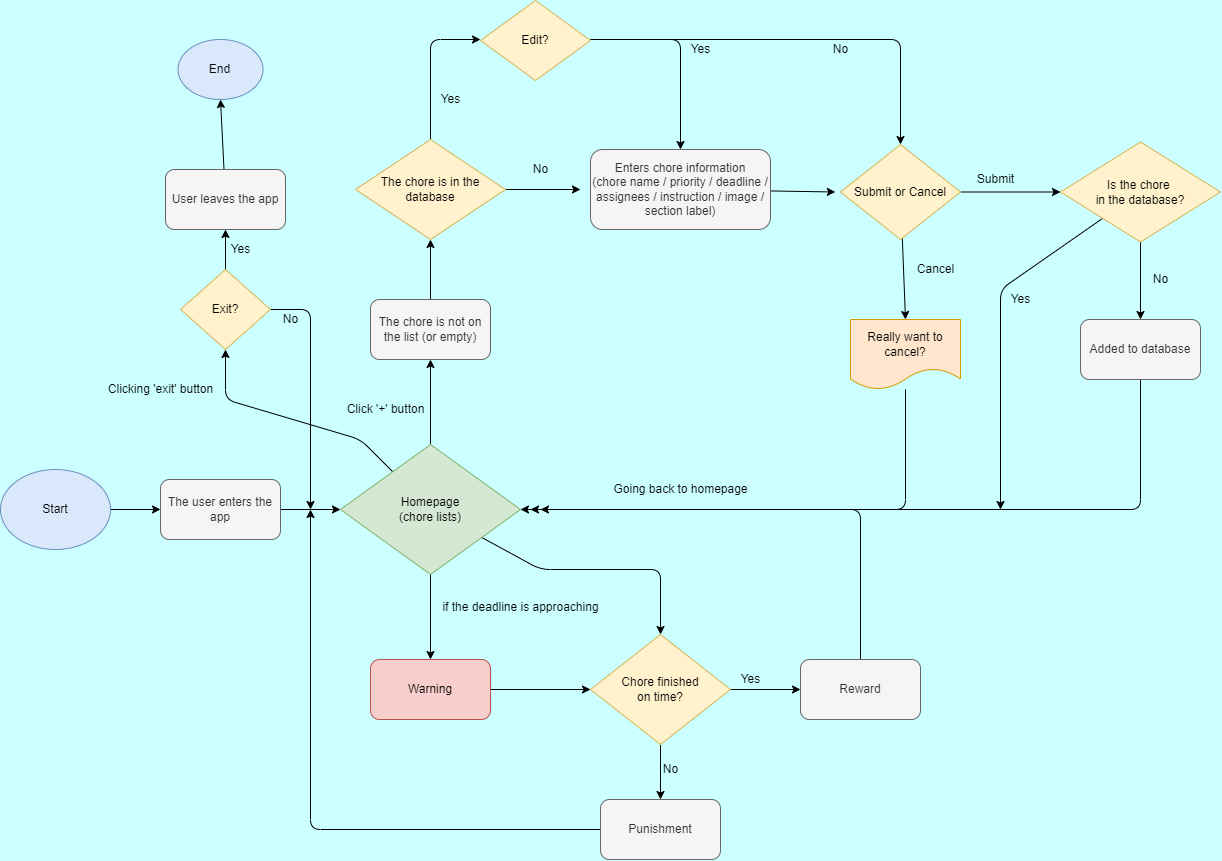
Before: specs/UX_flowChart.drawio.png, a diagram exported from draw.io (cse110-fa22-group28/cse110-fa22-group28). Source tidied: cells renumbered, new cells last; positions are measured from the earlier drawing's top-left corner, leaving out a move shared by most shapes. Its diagram source:
```xml
<mxGraphModel background="#CCFFFF">
  <root>
    <mxCell id="0" />
    <mxCell id="1" parent="0" />
    <mxCell id="2" style="edgeStyle=none;html=1;entryX=0;entryY=0.5;entryDx=0;entryDy=0;" parent="1" edge="1" source="3" target="5">
      <mxGeometry relative="1" as="geometry" />
    </mxCell>
    <mxCell id="3" value="Start" style="ellipse;whiteSpace=wrap;html=1;fillColor=#dae8fc;strokeColor=#6c8ebf;" parent="1" vertex="1">
      <mxGeometry y="469" width="110" height="80" as="geometry" />
    </mxCell>
    <mxCell id="4" style="edgeStyle=none;html=1;entryX=0;entryY=0.5;entryDx=0;entryDy=0;" parent="1" edge="1" source="5" target="10">
      <mxGeometry relative="1" as="geometry" />
    </mxCell>
    <mxCell id="5" value="The user enters the app" style="rounded=1;whiteSpace=wrap;html=1;fillColor=#f5f5f5;fontColor=#333333;strokeColor=#666666;" parent="1" vertex="1">
      <mxGeometry x="160" y="479" width="120" height="60" as="geometry" />
    </mxCell>
    <mxCell id="6" style="edgeStyle=none;html=1;entryX=0.5;entryY=1;entryDx=0;entryDy=0;" parent="1" edge="1" source="10" target="12">
      <mxGeometry relative="1" as="geometry" />
    </mxCell>
    <mxCell id="7" style="edgeStyle=none;html=1;entryX=0.5;entryY=0;entryDx=0;entryDy=0;" parent="1" edge="1" source="10" target="41">
      <mxGeometry relative="1" as="geometry" />
    </mxCell>
    <mxCell id="8" style="edgeStyle=none;html=1;entryX=0.5;entryY=0;entryDx=0;entryDy=0;" parent="1" edge="1" source="10" target="45">
      <mxGeometry relative="1" as="geometry">
        <Array as="points">
          <mxPoint x="540" y="569" />
          <mxPoint x="660" y="569" />
        </Array>
      </mxGeometry>
    </mxCell>
    <mxCell id="9" style="edgeStyle=none;html=1;" parent="1" edge="1" source="10" target="54">
      <mxGeometry relative="1" as="geometry">
        <Array as="points">
          <mxPoint x="360" y="439" />
          <mxPoint x="225" y="399" />
        </Array>
      </mxGeometry>
    </mxCell>
    <mxCell id="10" value="Homepage&lt;br&gt;(chore lists)" style="rhombus;whiteSpace=wrap;html=1;fillColor=#d5e8d4;strokeColor=#82b366;" parent="1" vertex="1">
      <mxGeometry x="340" y="444" width="180" height="130" as="geometry" />
    </mxCell>
    <mxCell id="11" style="edgeStyle=none;html=1;entryX=0.5;entryY=1;entryDx=0;entryDy=0;" parent="1" edge="1" source="12" target="15">
      <mxGeometry relative="1" as="geometry" />
    </mxCell>
    <mxCell id="12" value="The chore is not on the list (or empty)" style="rounded=1;whiteSpace=wrap;html=1;fillColor=#f5f5f5;fontColor=#333333;strokeColor=#666666;" parent="1" vertex="1">
      <mxGeometry x="370" y="299" width="120" height="60" as="geometry" />
    </mxCell>
    <mxCell id="13" style="edgeStyle=none;html=1;" parent="1" edge="1" source="15">
      <mxGeometry relative="1" as="geometry">
        <mxPoint x="580" y="189" as="targetPoint" />
      </mxGeometry>
    </mxCell>
    <mxCell id="14" style="edgeStyle=none;html=1;entryX=0;entryY=0.5;entryDx=0;entryDy=0;" parent="1" edge="1" source="15">
      <mxGeometry relative="1" as="geometry">
        <mxPoint x="480" y="39" as="targetPoint" />
        <Array as="points">
          <mxPoint x="430" y="39" />
        </Array>
      </mxGeometry>
    </mxCell>
    <mxCell id="15" value="The chore is in the database" style="rhombus;whiteSpace=wrap;html=1;fillColor=#fff2cc;strokeColor=#d6b656;" parent="1" vertex="1">
      <mxGeometry x="355" y="139" width="150" height="100" as="geometry" />
    </mxCell>
    <mxCell id="16" value="No" style="text;html=1;align=center;verticalAlign=middle;strokeColor=none;fillColor=none;" parent="1" vertex="1">
      <mxGeometry x="525" y="159" width="30" height="20" as="geometry" />
    </mxCell>
    <mxCell id="17" value="Yes" style="text;html=1;align=center;verticalAlign=middle;strokeColor=none;fillColor=none;" parent="1" vertex="1">
      <mxGeometry x="430" y="89" width="40" height="20" as="geometry" />
    </mxCell>
    <mxCell id="18" style="edgeStyle=none;html=1;entryX=-0.043;entryY=0.5;entryDx=0;entryDy=0;entryPerimeter=0;" parent="1" edge="1" source="19" target="22">
      <mxGeometry relative="1" as="geometry" />
    </mxCell>
    <mxCell id="19" value="Enters chore information&lt;br&gt;(chore name / priority / deadline / assignees / instruction / image / section label)" style="rounded=1;whiteSpace=wrap;html=1;fillColor=#f5f5f5;fontColor=#333333;strokeColor=#666666;" parent="1" vertex="1">
      <mxGeometry x="590" y="149" width="180" height="80" as="geometry" />
    </mxCell>
    <mxCell id="20" style="edgeStyle=none;html=1;entryX=0.5;entryY=0;entryDx=0;entryDy=0;" parent="1" edge="1" source="22" target="24">
      <mxGeometry relative="1" as="geometry" />
    </mxCell>
    <mxCell id="21" style="edgeStyle=none;html=1;entryX=0;entryY=0.5;entryDx=0;entryDy=0;" parent="1" edge="1" source="22" target="35">
      <mxGeometry relative="1" as="geometry" />
    </mxCell>
    <mxCell id="22" value="Submit or Cancel" style="rhombus;whiteSpace=wrap;html=1;fillColor=#fff2cc;strokeColor=#d6b656;" parent="1" vertex="1">
      <mxGeometry x="840" y="144" width="120" height="95" as="geometry" />
    </mxCell>
    <mxCell id="23" style="edgeStyle=none;html=1;entryX=1;entryY=0.5;entryDx=0;entryDy=0;" parent="1" edge="1" source="24" target="10">
      <mxGeometry relative="1" as="geometry">
        <Array as="points">
          <mxPoint x="905" y="509" />
        </Array>
      </mxGeometry>
    </mxCell>
    <mxCell id="24" value="Really want to cancel?" style="shape=document;whiteSpace=wrap;html=1;boundedLbl=1;fillColor=#ffe6cc;strokeColor=#d79b00;" parent="1" vertex="1">
      <mxGeometry x="850" y="319" width="110" height="70" as="geometry" />
    </mxCell>
    <mxCell id="25" value="Cancel&lt;br&gt;" style="text;html=1;align=center;verticalAlign=middle;strokeColor=none;fillColor=none;" parent="1" vertex="1">
      <mxGeometry x="910" y="259" width="50" height="20" as="geometry" />
    </mxCell>
    <mxCell id="26" value="Submit" style="text;html=1;align=center;verticalAlign=middle;strokeColor=none;fillColor=none;" parent="1" vertex="1">
      <mxGeometry x="970" y="169" width="50" height="20" as="geometry" />
    </mxCell>
    <mxCell id="27" style="edgeStyle=none;html=1;entryX=0.5;entryY=0;entryDx=0;entryDy=0;" parent="1" edge="1" target="19">
      <mxGeometry relative="1" as="geometry">
        <mxPoint x="590" y="39" as="sourcePoint" />
        <Array as="points">
          <mxPoint x="680" y="39" />
        </Array>
      </mxGeometry>
    </mxCell>
    <mxCell id="28" style="edgeStyle=none;html=1;entryX=0.5;entryY=0;entryDx=0;entryDy=0;" parent="1" edge="1" target="22">
      <mxGeometry relative="1" as="geometry">
        <mxPoint x="590" y="39" as="sourcePoint" />
        <Array as="points">
          <mxPoint x="900" y="39" />
        </Array>
      </mxGeometry>
    </mxCell>
    <mxCell id="29" value="Edit?" style="rhombus;whiteSpace=wrap;html=1;fillColor=#fff2cc;strokeColor=#d6b656;" parent="1" vertex="1">
      <mxGeometry x="480" width="110" height="80" as="geometry" />
    </mxCell>
    <mxCell id="30" value="Yes" style="text;html=1;align=center;verticalAlign=middle;strokeColor=none;fillColor=none;" parent="1" vertex="1">
      <mxGeometry x="680" y="39" width="40" height="20" as="geometry" />
    </mxCell>
    <mxCell id="31" value="No" style="text;html=1;align=center;verticalAlign=middle;strokeColor=none;fillColor=none;" parent="1" vertex="1">
      <mxGeometry x="825" y="39" width="30" height="20" as="geometry" />
    </mxCell>
    <mxCell id="32" value="Click '+' button&lt;br&gt;" style="text;html=1;align=center;verticalAlign=middle;strokeColor=none;fillColor=none;" parent="1" vertex="1">
      <mxGeometry x="340" y="399" width="90" height="20" as="geometry" />
    </mxCell>
    <mxCell id="33" style="edgeStyle=none;html=1;entryX=0.5;entryY=0;entryDx=0;entryDy=0;" parent="1" edge="1" source="35" target="37">
      <mxGeometry relative="1" as="geometry" />
    </mxCell>
    <mxCell id="34" style="edgeStyle=none;html=1;" parent="1" edge="1" source="35">
      <mxGeometry relative="1" as="geometry">
        <mxPoint x="1000" y="509" as="targetPoint" />
        <Array as="points">
          <mxPoint x="1000" y="289" />
        </Array>
      </mxGeometry>
    </mxCell>
    <mxCell id="35" value="Is the chore &lt;br&gt;in the database?" style="rhombus;whiteSpace=wrap;html=1;fillColor=#fff2cc;strokeColor=#d6b656;" parent="1" vertex="1">
      <mxGeometry x="1060" y="141.5" width="160" height="100" as="geometry" />
    </mxCell>
    <mxCell id="36" style="edgeStyle=none;html=1;" parent="1" edge="1" source="37">
      <mxGeometry relative="1" as="geometry">
        <mxPoint x="530" y="509" as="targetPoint" />
        <Array as="points">
          <mxPoint x="1140" y="509" />
        </Array>
      </mxGeometry>
    </mxCell>
    <mxCell id="37" value="Added to database" style="rounded=1;whiteSpace=wrap;html=1;fillColor=#f5f5f5;fontColor=#333333;strokeColor=#666666;" parent="1" vertex="1">
      <mxGeometry x="1080" y="319" width="120" height="60" as="geometry" />
    </mxCell>
    <mxCell id="38" value="No" style="text;html=1;align=center;verticalAlign=middle;strokeColor=none;fillColor=none;" parent="1" vertex="1">
      <mxGeometry x="1145" y="269" width="30" height="20" as="geometry" />
    </mxCell>
    <mxCell id="39" value="Yes" style="text;html=1;align=center;verticalAlign=middle;strokeColor=none;fillColor=none;" parent="1" vertex="1">
      <mxGeometry x="1000" y="289" width="40" height="20" as="geometry" />
    </mxCell>
    <mxCell id="40" style="edgeStyle=none;html=1;entryX=0;entryY=0.5;entryDx=0;entryDy=0;" parent="1" edge="1" source="41" target="45">
      <mxGeometry relative="1" as="geometry" />
    </mxCell>
    <mxCell id="41" value="Warning" style="rounded=1;whiteSpace=wrap;html=1;fillColor=#f8cecc;strokeColor=#b85450;" parent="1" vertex="1">
      <mxGeometry x="370" y="659" width="120" height="60" as="geometry" />
    </mxCell>
    <mxCell id="42" value="&lt;br&gt;&lt;span&gt;if the deadline is approaching&lt;/span&gt;" style="text;html=1;align=center;verticalAlign=middle;strokeColor=none;fillColor=none;" parent="1" vertex="1">
      <mxGeometry x="435" y="584" width="170" height="30" as="geometry" />
    </mxCell>
    <mxCell id="43" style="edgeStyle=none;html=1;entryX=0;entryY=0.5;entryDx=0;entryDy=0;" parent="1" edge="1" source="45" target="47">
      <mxGeometry relative="1" as="geometry" />
    </mxCell>
    <mxCell id="44" style="edgeStyle=none;html=1;entryX=0.5;entryY=0;entryDx=0;entryDy=0;" parent="1" edge="1" source="45" target="49">
      <mxGeometry relative="1" as="geometry" />
    </mxCell>
    <mxCell id="45" value="Chore finished&lt;br&gt;on time?" style="rhombus;whiteSpace=wrap;html=1;fillColor=#fff2cc;strokeColor=#d6b656;" parent="1" vertex="1">
      <mxGeometry x="590" y="634" width="140" height="110" as="geometry" />
    </mxCell>
    <mxCell id="46" style="edgeStyle=none;html=1;" parent="1" edge="1" source="47">
      <mxGeometry relative="1" as="geometry">
        <mxPoint x="540" y="509" as="targetPoint" />
        <Array as="points">
          <mxPoint x="860" y="509" />
        </Array>
      </mxGeometry>
    </mxCell>
    <mxCell id="47" value="Reward" style="rounded=1;whiteSpace=wrap;html=1;fillColor=#f5f5f5;fontColor=#333333;strokeColor=#666666;" parent="1" vertex="1">
      <mxGeometry x="800" y="659" width="120" height="60" as="geometry" />
    </mxCell>
    <mxCell id="48" style="edgeStyle=none;html=1;" parent="1" edge="1" source="49">
      <mxGeometry relative="1" as="geometry">
        <mxPoint x="310" y="509" as="targetPoint" />
        <Array as="points">
          <mxPoint x="310" y="829" />
        </Array>
      </mxGeometry>
    </mxCell>
    <mxCell id="49" value="Punishment" style="rounded=1;whiteSpace=wrap;html=1;fillColor=#f5f5f5;fontColor=#333333;strokeColor=#666666;" parent="1" vertex="1">
      <mxGeometry x="600" y="799" width="120" height="60" as="geometry" />
    </mxCell>
    <mxCell id="50" value="No" style="text;html=1;align=center;verticalAlign=middle;strokeColor=none;fillColor=none;" parent="1" vertex="1">
      <mxGeometry x="655" y="759" width="30" height="20" as="geometry" />
    </mxCell>
    <mxCell id="51" value="Yes" style="text;html=1;align=center;verticalAlign=middle;strokeColor=none;fillColor=none;" parent="1" vertex="1">
      <mxGeometry x="730" y="669" width="40" height="20" as="geometry" />
    </mxCell>
    <mxCell id="52" style="edgeStyle=none;html=1;entryX=0.5;entryY=1;entryDx=0;entryDy=0;" parent="1" edge="1" source="54" target="56">
      <mxGeometry relative="1" as="geometry" />
    </mxCell>
    <mxCell id="53" style="edgeStyle=none;html=1;" parent="1" edge="1" source="54">
      <mxGeometry relative="1" as="geometry">
        <mxPoint x="310" y="509" as="targetPoint" />
        <Array as="points">
          <mxPoint x="310" y="309" />
        </Array>
      </mxGeometry>
    </mxCell>
    <mxCell id="54" value="Exit?" style="rhombus;whiteSpace=wrap;html=1;fillColor=#fff2cc;strokeColor=#d6b656;" parent="1" vertex="1">
      <mxGeometry x="180" y="269" width="90" height="80" as="geometry" />
    </mxCell>
    <mxCell id="55" style="edgeStyle=none;html=1;entryX=0.5;entryY=1;entryDx=0;entryDy=0;" parent="1" edge="1" source="56" target="57">
      <mxGeometry relative="1" as="geometry" />
    </mxCell>
    <mxCell id="56" value="User leaves the app" style="rounded=1;whiteSpace=wrap;html=1;fillColor=#f5f5f5;fontColor=#333333;strokeColor=#666666;" parent="1" vertex="1">
      <mxGeometry x="165" y="169" width="120" height="60" as="geometry" />
    </mxCell>
    <mxCell id="57" value="End" style="ellipse;whiteSpace=wrap;html=1;fillColor=#dae8fc;strokeColor=#6c8ebf;" parent="1" vertex="1">
      <mxGeometry x="177.5" y="39" width="85" height="60" as="geometry" />
    </mxCell>
    <mxCell id="58" value="Yes" style="text;html=1;align=center;verticalAlign=middle;strokeColor=none;fillColor=none;" parent="1" vertex="1">
      <mxGeometry x="220" y="239" width="40" height="20" as="geometry" />
    </mxCell>
    <mxCell id="59" value="No" style="text;html=1;align=center;verticalAlign=middle;strokeColor=none;fillColor=none;" parent="1" vertex="1">
      <mxGeometry x="275" y="309" width="30" height="20" as="geometry" />
    </mxCell>
    <mxCell id="60" value="Clicking 'exit' button" style="text;html=1;align=center;verticalAlign=middle;strokeColor=none;fillColor=none;" parent="1" vertex="1">
      <mxGeometry x="100" y="379" width="120" height="20" as="geometry" />
    </mxCell>
    <mxCell id="61" value="Going back to homepage" style="text;html=1;align=center;verticalAlign=middle;strokeColor=none;fillColor=none;" parent="1" vertex="1">
      <mxGeometry x="605" y="479" width="150" height="20" as="geometry" />
    </mxCell>
  </root>
</mxGraphModel>
```
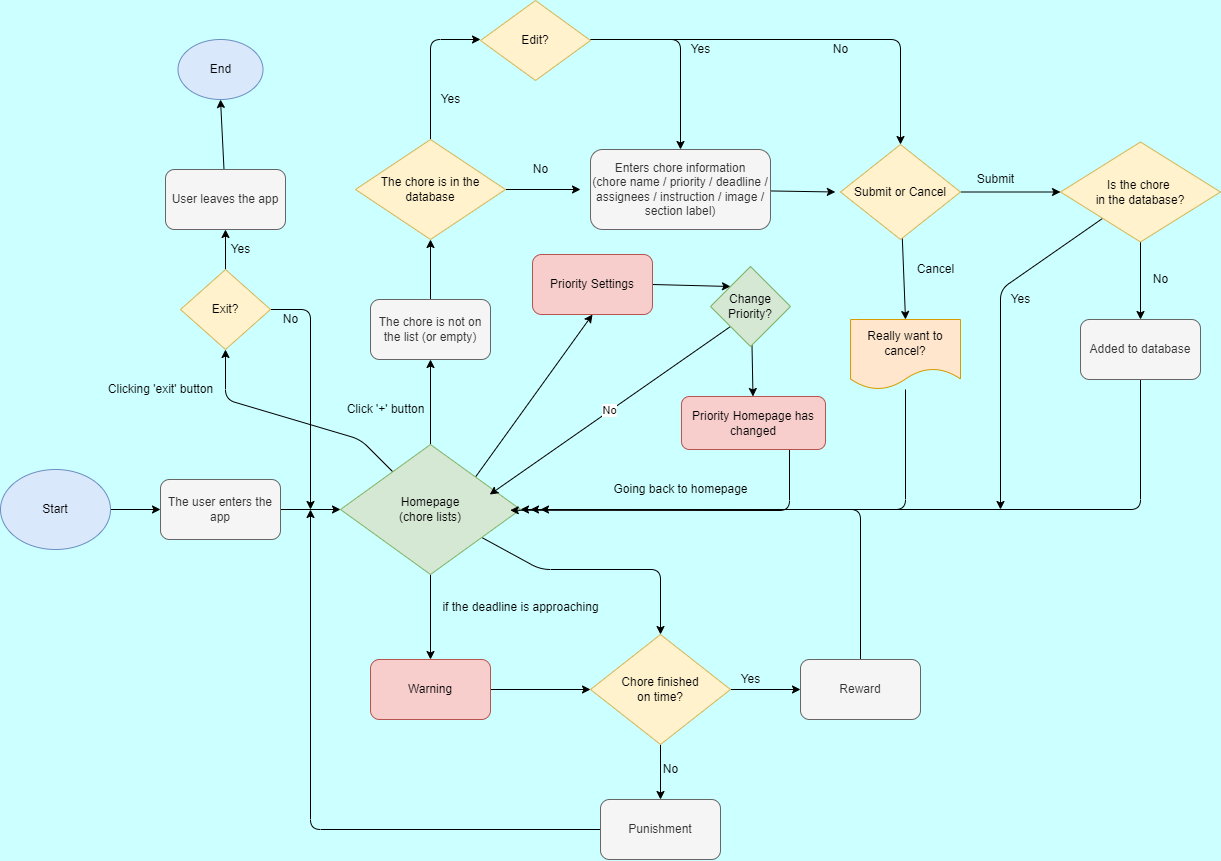
The same file after the commit.

Commit message:
updated FlowChart based on Team Leader feedback

Diff of the diagram source:
```diff
@@ -36,6 +36,9 @@
         </Array>
       </mxGeometry>
     </mxCell>
+    <mxCell id="62" style="edgeStyle=none;html=1;exitX=1;exitY=0;exitDx=0;exitDy=0;entryX=0.5;entryY=1;entryDx=0;entryDy=0;" parent="1" edge="1" source="10" target="64">
+      <mxGeometry relative="1" as="geometry" />
+    </mxCell>
     <mxCell id="10" value="Homepage&lt;br&gt;(chore lists)" style="rhombus;whiteSpace=wrap;html=1;fillColor=#d5e8d4;strokeColor=#82b366;" parent="1" vertex="1">
       <mxGeometry x="340" y="444" width="180" height="130" as="geometry" />
     </mxCell>
@@ -238,5 +241,30 @@
     <mxCell id="61" value="Going back to homepage" style="text;html=1;align=center;verticalAlign=middle;strokeColor=none;fillColor=none;" parent="1" vertex="1">
       <mxGeometry x="605" y="479" width="150" height="20" as="geometry" />
     </mxCell>
+    <mxCell id="63" style="edgeStyle=none;html=1;exitX=1;exitY=0.5;exitDx=0;exitDy=0;entryX=0;entryY=0;entryDx=0;entryDy=0;" parent="1" edge="1" source="64" target="67">
+      <mxGeometry relative="1" as="geometry" />
+    </mxCell>
+    <mxCell id="64" value="Priority Settings" style="rounded=1;whiteSpace=wrap;html=1;fillColor=#f8cecc;strokeColor=#b85450;" parent="1" vertex="1">
+      <mxGeometry x="532" y="254" width="120" height="60" as="geometry" />
+    </mxCell>
+    <mxCell id="65" value="No" style="edgeStyle=none;html=1;exitX=0;exitY=1;exitDx=0;exitDy=0;entryX=0.829;entryY=0.385;entryDx=0;entryDy=0;entryPerimeter=0;" parent="1" edge="1" source="67" target="10">
+      <mxGeometry relative="1" as="geometry" />
+    </mxCell>
+    <mxCell id="66" value="Yes" style="edgeStyle=none;html=1;exitX=0.5;exitY=0;exitDx=0;exitDy=0;" parent="1" edge="1" source="67" target="69">
+      <mxGeometry relative="1" as="geometry" />
+    </mxCell>
+    <mxCell id="67" value="Change Priority?" style="rhombus;whiteSpace=wrap;html=1;fillColor=#d5e8d4;strokeColor=#82b366;" parent="1" vertex="1">
+      <mxGeometry x="710" y="266" width="80" height="80" as="geometry" />
+    </mxCell>
+    <mxCell id="68" style="edgeStyle=none;html=1;exitX=0.75;exitY=1;exitDx=0;exitDy=0;entryX=0.943;entryY=0.506;entryDx=0;entryDy=0;entryPerimeter=0;" parent="1" edge="1" source="69" target="10">
+      <mxGeometry relative="1" as="geometry">
+        <Array as="points">
+          <mxPoint x="789" y="510" />
+        </Array>
+      </mxGeometry>
+    </mxCell>
+    <mxCell id="69" value="Priority Homepage has changed" style="rounded=1;whiteSpace=wrap;html=1;fillColor=#f8cecc;strokeColor=#b85450;" parent="1" vertex="1">
+      <mxGeometry x="681" y="396" width="144" height="53" as="geometry" />
+    </mxCell>
   </root>
 </mxGraphModel>
```
